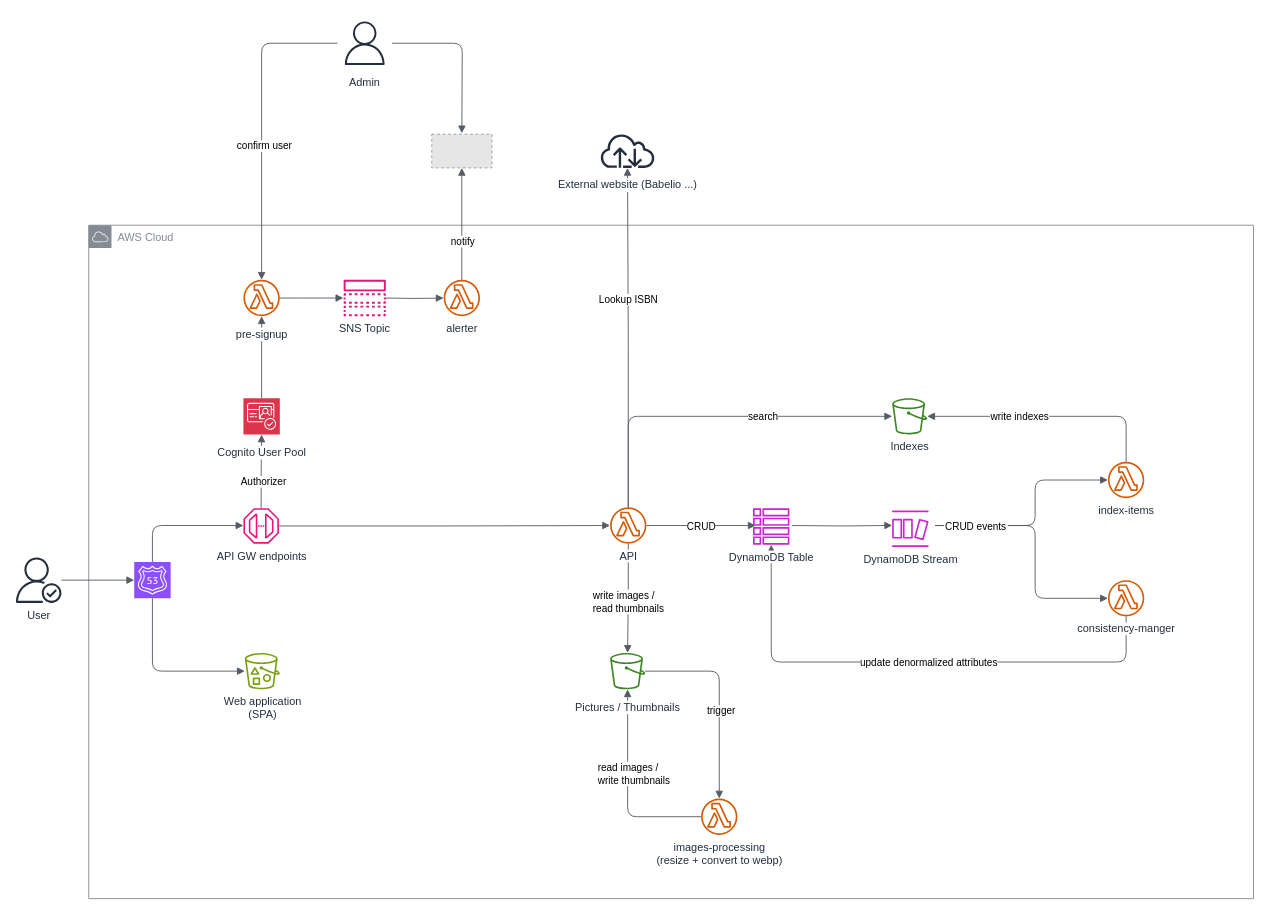
Earlier version of the draw.io diagram page "Page-1" (1 of 2) of documentation/alexandria.drawio (Maev4l/alexandria). Source tidied: cells renumbered, new cells numbered last; positions are measured from the earlier drawing's top-left corner, leaving out a move shared by most shapes. Both pictures are drawn from the tidied source at 91%, with x=0, y=0 at pixel (15, 15). Pictures stored in the file or linked from it are replaced by grey dashed boxes.
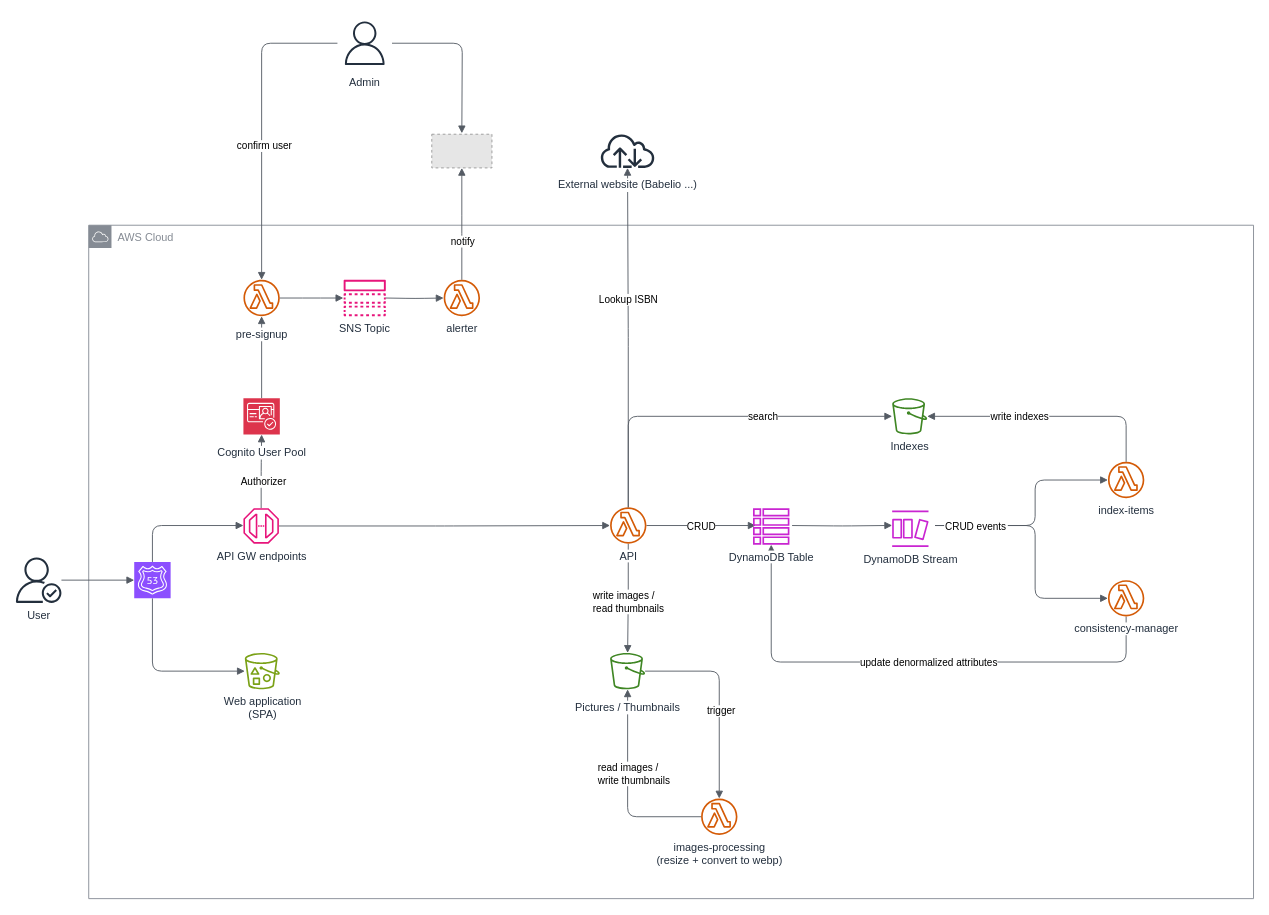
The same page after the edit.

Commit message (it also covers changes not shown here):
fix: Fix typo in documentation diagram

Change to the diagram source:
```diff
@@
-    <mxCell id="53" value="consistency-manger" style="sketch=0;outlineConnect=0;fontColor=#232F3E;gradientColor=none;fillColor=#D45B07;strokeColor=none;dashed=0;verticalLabelPosition=bottom;verticalAlign=top;align=center;html=1;fontSize=12;fontStyle=0;shape=mxgraph.aws4.lambda_function;labelBackgroundColor=default;" parent="1" vertex="1">
+    <mxCell id="53" value="consistency-manager" style="sketch=0;outlineConnect=0;fontColor=#232F3E;gradientColor=none;fillColor=#D45B07;strokeColor=none;dashed=0;verticalLabelPosition=bottom;verticalAlign=top;align=center;html=1;fontSize=12;fontStyle=0;shape=mxgraph.aws4.lambda_function;labelBackgroundColor=default;" parent="1" vertex="1">
       <mxGeometry x="1200" y="620" width="40" height="40" as="geometry" />
     </mxCell>
```
